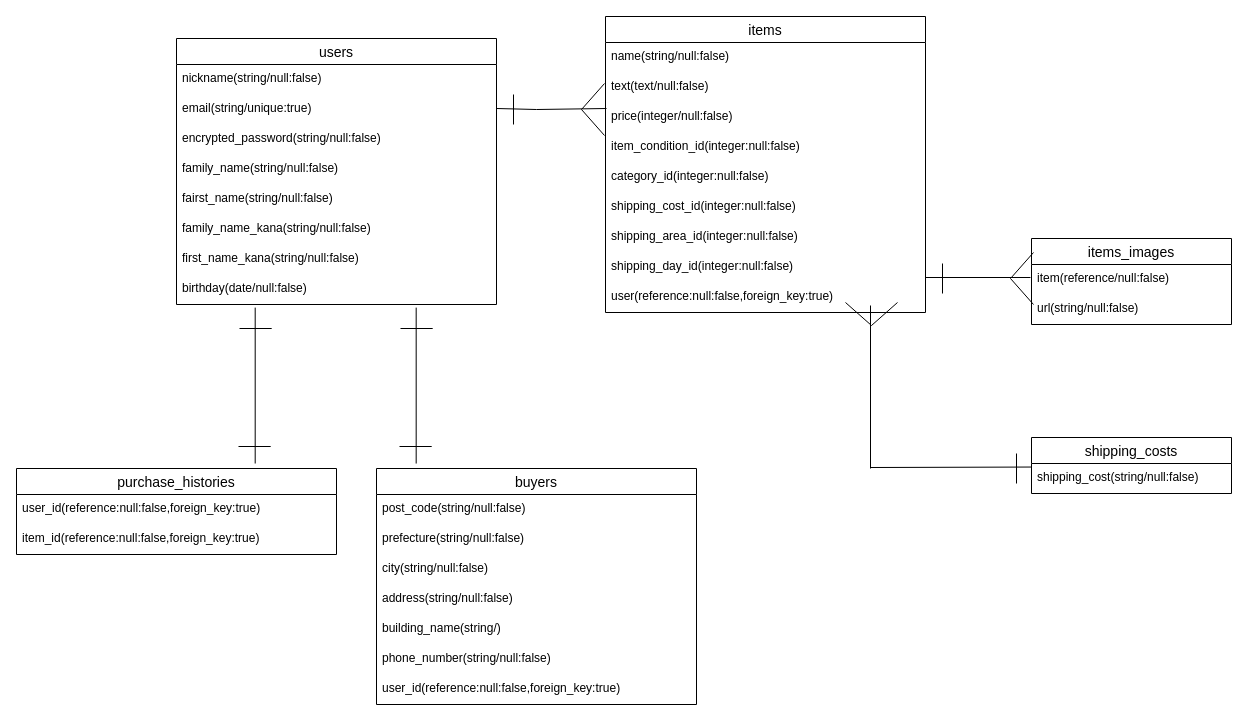
Before: test.dio in koutaki/furima-38950, a draw.io diagram. Source tidied: cells renumbered, new cells numbered last; positions are measured from the earlier drawing's top-left corner, leaving out a move shared by most shapes. Both pictures are drawn from the tidied source at 100%, with x=0, y=0 at pixel (16, 16).
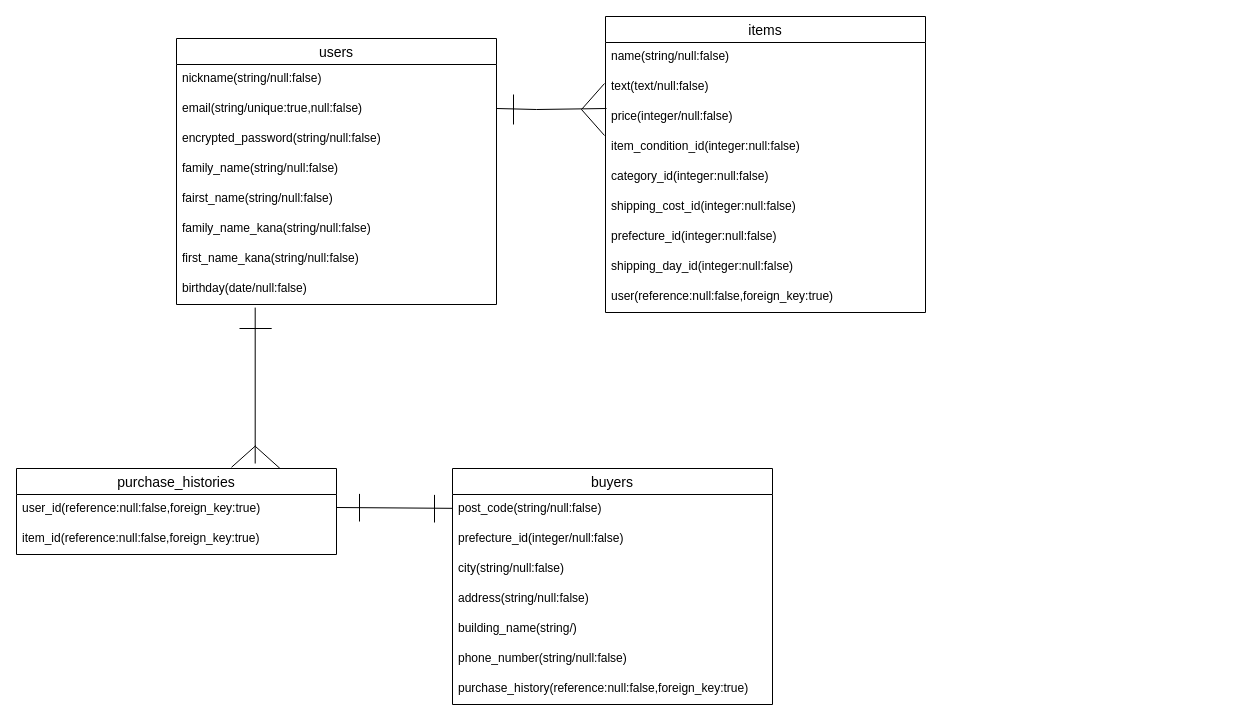
The same diagram, later.

Commit message (it also covers changes not shown here):
データベース設計（修正3回目）

The change refers to these unchanged cells:
```xml
<mxCell id="2" value="items" style="swimlane;fontStyle=0;horizontal=1;startSize=26;align=center;fontSize=14;swimlaneFillColor=default;" parent="1" vertex="1">
  <mxGeometry x="589" width="320" height="296" as="geometry" />
</mxCell>
<mxCell id="12" value="users" style="swimlane;fontStyle=0;horizontal=1;startSize=26;align=center;fontSize=14;labelBackgroundColor=none;swimlaneFillColor=default;" parent="1" vertex="1">
  <mxGeometry x="160" y="22" width="320" height="266" as="geometry" />
</mxCell>
<mxCell id="20" value="birthday(date/null:false)" style="text;strokeColor=none;fillColor=none;spacingLeft=4;spacingRight=4;overflow=hidden;points=[[0,0.5],[1,0.5]];portConstraint=eastwest;fontSize=12;" parent="12" vertex="1">
  <mxGeometry y="236" width="320" height="30" as="geometry" />
</mxCell>
<mxCell id="22" value="post_code(string/null:false)" style="text;strokeColor=none;fillColor=none;spacingLeft=4;spacingRight=4;overflow=hidden;points=[[0,0.5],[1,0.5]];portConstraint=eastwest;fontSize=12;" parent="21" vertex="1">
  <mxGeometry y="26" width="320" height="30" as="geometry" />
</mxCell>
<mxCell id="50" value="purchase_histories" style="swimlane;fontStyle=0;horizontal=1;startSize=26;align=center;fontSize=14;swimlaneFillColor=default;" parent="1" vertex="1">
  <mxGeometry y="452" width="320" height="86" as="geometry" />
</mxCell>
```

What changed in the source:
```diff
@@
-    <mxCell id="9" value="shipping_area_id(integer:null:false)" style="text;strokeColor=none;fillColor=none;spacingLeft=4;spacingRight=4;overflow=hidden;fontSize=12;" parent="2" vertex="1">
+    <mxCell id="9" value="prefecture_id(integer:null:false)" style="text;strokeColor=none;fillColor=none;spacingLeft=4;spacingRight=4;overflow=hidden;fontSize=12;" parent="2" vertex="1">
       <mxGeometry y="206" width="320" height="30" as="geometry" />
     </mxCell>
@@
-    <mxCell id="14" value="email(string/unique:true)" style="text;strokeColor=none;fillColor=none;spacingLeft=4;spacingRight=4;overflow=hidden;fontSize=12;" parent="12" vertex="1">
+    <mxCell id="14" value="email(string/unique:true,null:false)" style="text;strokeColor=none;fillColor=none;spacingLeft=4;spacingRight=4;overflow=hidden;fontSize=12;" parent="12" vertex="1">
       <mxGeometry y="56" width="320" height="30" as="geometry" />
     </mxCell>
@@
     <mxCell id="21" value="buyers" style="swimlane;fontStyle=0;horizontal=1;startSize=26;align=center;fontSize=14;swimlaneFillColor=default;" parent="1" vertex="1">
-      <mxGeometry x="360" y="452" width="320" height="236" as="geometry" />
+      <mxGeometry x="436" y="452" width="320" height="236" as="geometry" />
     </mxCell>
@@
-    <mxCell id="23" value="prefecture(string/null:false)" style="text;strokeColor=none;fillColor=none;spacingLeft=4;spacingRight=4;overflow=hidden;fontSize=12;" parent="21" vertex="1">
+    <mxCell id="23" value="prefecture_id(integer/null:false)" style="text;strokeColor=none;fillColor=none;spacingLeft=4;spacingRight=4;overflow=hidden;fontSize=12;" parent="21" vertex="1">
       <mxGeometry y="56" width="320" height="30" as="geometry" />
     </mxCell>
@@
-    <mxCell id="28" value="user_id(reference:null:false,foreign_key:true)" style="text;strokeColor=none;fillColor=none;spacingLeft=4;spacingRight=4;overflow=hidden;fontSize=12;" parent="21" vertex="1">
+    <mxCell id="28" value="purchase_history(reference:null:false,foreign_key:true)" style="text;strokeColor=none;fillColor=none;spacingLeft=4;spacingRight=4;overflow=hidden;fontSize=12;" parent="21" vertex="1">
       <mxGeometry y="206" width="320" height="30" as="geometry" />
     </mxCell>
-    <mxCell id="29" style="endArrow=none;html=1;rounded=0;strokeColor=#000000;" parent="1" edge="1">
-      <mxGeometry relative="1" as="geometry">
-        <mxPoint x="854" y="452" as="sourcePoint" />
-        <mxPoint x="854" y="289" as="targetPoint" />
-      </mxGeometry>
-    </mxCell>
-    <mxCell id="30" style="endArrow=none;html=1;rounded=0;strokeColor=#000000;" parent="1" edge="1">
-      <mxGeometry relative="1" as="geometry">
-        <mxPoint x="829" y="286" as="sourcePoint" />
-        <mxPoint x="855" y="309" as="targetPoint" />
-      </mxGeometry>
-    </mxCell>
-    <mxCell id="31" style="endArrow=none;html=1;rounded=0;strokeColor=#000000;" parent="1" edge="1">
-      <mxGeometry relative="1" as="geometry">
-        <mxPoint x="855" y="309" as="sourcePoint" />
-        <mxPoint x="881" y="286" as="targetPoint" />
-      </mxGeometry>
-    </mxCell>
-    <mxCell id="32" style="endArrow=none;html=1;rounded=0;exitX=0.009;exitY=0.118;exitDx=0;exitDy=0;exitPerimeter=0;strokeColor=#000000;" parent="1" edge="1" source="41">
-      <mxGeometry relative="1" as="geometry">
-        <mxPoint x="854" y="451" as="targetPoint" />
-      </mxGeometry>
-    </mxCell>
-    <mxCell id="33" style="endArrow=none;html=1;rounded=0;strokeColor=#000000;" parent="1" edge="1">
-      <mxGeometry relative="1" as="geometry">
-        <mxPoint x="1000" y="437" as="sourcePoint" />
-        <mxPoint x="1000" y="467" as="targetPoint" />
-      </mxGeometry>
-    </mxCell>
-    <mxCell id="34" style="endArrow=none;html=1;rounded=0;exitX=0.124;exitY=-0.021;exitDx=0;exitDy=0;exitPerimeter=0;strokeColor=#000000;entryX=0.749;entryY=1.104;entryDx=0;entryDy=0;entryPerimeter=0;" parent="1" edge="1" source="21" target="20">
-      <mxGeometry relative="1" as="geometry" />
-    </mxCell>
     <mxCell id="35" style="endArrow=none;html=1;rounded=0;strokeColor=#000000;" parent="1" edge="1">
       <mxGeometry relative="1" as="geometry">
-        <mxPoint x="416.2" y="312" as="sourcePoint" />
-        <mxPoint x="384" y="312" as="targetPoint" />
+        <mxPoint x="343" y="477.4" as="sourcePoint" />
+        <mxPoint x="343" y="505" as="targetPoint" />
       </mxGeometry>
     </mxCell>
-    <mxCell id="36" style="endArrow=none;html=1;rounded=0;strokeColor=#000000;" parent="1" edge="1">
+    <mxCell id="36" style="endArrow=none;html=1;rounded=0;strokeColor=#000000;" parent="1" edge="1" source="22">
       <mxGeometry relative="1" as="geometry">
-        <mxPoint x="415.2" y="430" as="sourcePoint" />
-        <mxPoint x="383" y="430" as="targetPoint" />
+        <mxPoint x="320" y="491" as="targetPoint" />
       </mxGeometry>
     </mxCell>
-    <mxCell id="37" value="items_images" style="swimlane;fontStyle=0;horizontal=1;startSize=26;align=center;fontSize=14;swimlaneFillColor=default;" parent="1" vertex="1">
-      <mxGeometry x="1015" y="222" width="200" height="86" as="geometry" />
-    </mxCell>
-    <mxCell id="38" value="item(reference/null:false)" style="text;strokeColor=none;fillColor=none;spacingLeft=4;spacingRight=4;overflow=hidden;fontSize=12;" parent="37" vertex="1">
-      <mxGeometry y="26" width="200" height="30" as="geometry" />
-    </mxCell>
-    <mxCell id="39" value="url(string/null:false)" style="text;strokeColor=none;fillColor=none;spacingLeft=4;spacingRight=4;overflow=hidden;fontSize=12;" parent="37" vertex="1">
-      <mxGeometry y="56" width="200" height="30" as="geometry" />
-    </mxCell>
-    <mxCell id="40" value="shipping_costs" style="swimlane;fontStyle=0;horizontal=1;startSize=26;align=center;fontSize=14;swimlaneFillColor=default;" parent="1" vertex="1">
-      <mxGeometry x="1015" y="421" width="200" height="56" as="geometry" />
-    </mxCell>
-    <mxCell id="41" value="shipping_cost(string/null:false)" style="text;strokeColor=none;fillColor=none;spacingLeft=4;spacingRight=4;overflow=hidden;points=[[0,0.5],[1,0.5]];portConstraint=eastwest;fontSize=12;" parent="40" vertex="1">
-      <mxGeometry y="26" width="200" height="30" as="geometry" />
-    </mxCell>
@@
-    <mxCell id="46" style="endArrow=none;html=1;rounded=0;strokeColor=#000000;" parent="1" edge="1">
-      <mxGeometry relative="1" as="geometry">
-        <mxPoint x="909" y="261" as="sourcePoint" />
-        <mxPoint x="1014" y="261" as="targetPoint" />
-      </mxGeometry>
-    </mxCell>
-    <mxCell id="47" style="endArrow=none;html=1;rounded=0;strokeColor=#000000;" parent="1" edge="1">
-      <mxGeometry relative="1" as="geometry">
-        <mxPoint x="926" y="277" as="sourcePoint" />
-        <mxPoint x="926" y="247" as="targetPoint" />
-      </mxGeometry>
-    </mxCell>
-    <mxCell id="48" style="endArrow=none;html=1;rounded=0;strokeColor=#000000;" parent="1" edge="1">
-      <mxGeometry relative="1" as="geometry">
-        <mxPoint x="1017" y="236" as="sourcePoint" />
-        <mxPoint x="994" y="262" as="targetPoint" />
-      </mxGeometry>
-    </mxCell>
-    <mxCell id="49" style="endArrow=none;html=1;rounded=0;strokeColor=#000000;" parent="1" edge="1">
-      <mxGeometry relative="1" as="geometry">
-        <mxPoint x="994" y="262" as="sourcePoint" />
-        <mxPoint x="1017" y="288" as="targetPoint" />
-      </mxGeometry>
-    </mxCell>
@@
-    <mxCell id="55" style="endArrow=none;html=1;rounded=0;strokeColor=#000000;" parent="1" edge="1">
+    <mxCell id="55" style="endArrow=none;html=1;rounded=0;strokeColor=#000000;exitX=0.823;exitY=-0.002;exitDx=0;exitDy=0;exitPerimeter=0;" parent="1" edge="1" source="50">
       <mxGeometry relative="1" as="geometry">
-        <mxPoint x="254.2" y="430" as="sourcePoint" />
-        <mxPoint x="222" y="430" as="targetPoint" />
+        <mxPoint x="239" y="430" as="targetPoint" />
       </mxGeometry>
     </mxCell>
+    <mxCell id="56" style="endArrow=none;html=1;rounded=0;strokeColor=#000000;exitX=0.823;exitY=-0.002;exitDx=0;exitDy=0;exitPerimeter=0;" parent="1" edge="1">
+      <mxGeometry relative="1" as="geometry">
+        <mxPoint x="215" y="450.8" as="sourcePoint" />
+        <mxPoint x="239.4" y="429" as="targetPoint" />
+      </mxGeometry>
+    </mxCell>
+    <mxCell id="57" style="endArrow=none;html=1;rounded=0;strokeColor=#000000;" parent="1" edge="1">
+      <mxGeometry relative="1" as="geometry">
+        <mxPoint x="418" y="478.4" as="sourcePoint" />
+        <mxPoint x="418" y="506" as="targetPoint" />
+      </mxGeometry>
+    </mxCell>
```
